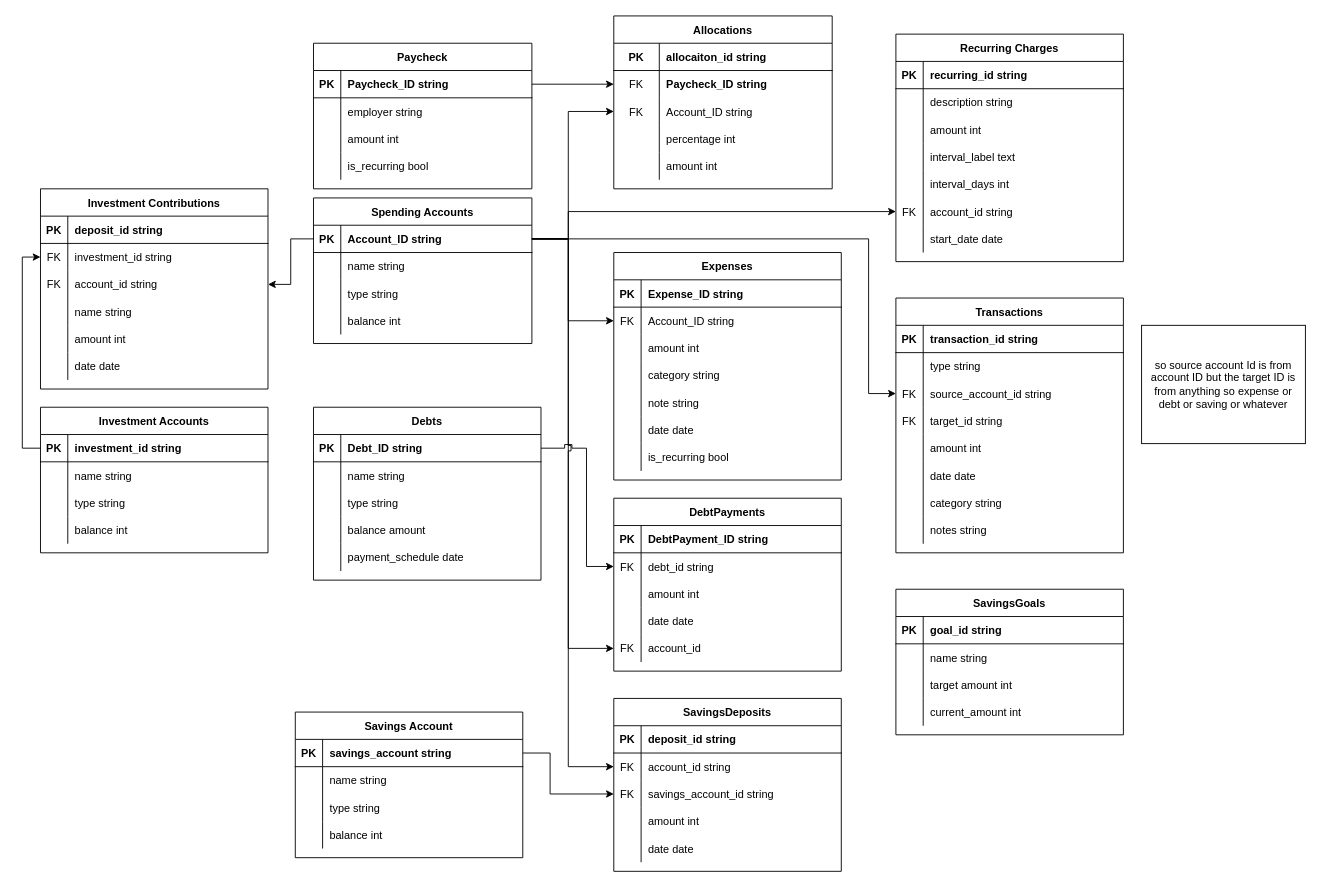
The draw.io diagram ERD.drawio in luchomame/budget-app, before the edit. Source tidied: cells renumbered, new cells numbered last; positions are measured from the earlier drawing's top-left corner, leaving out a move shared by most shapes. Both pictures are drawn from the tidied source at 91%, with x=0, y=0 at pixel (40, 15).
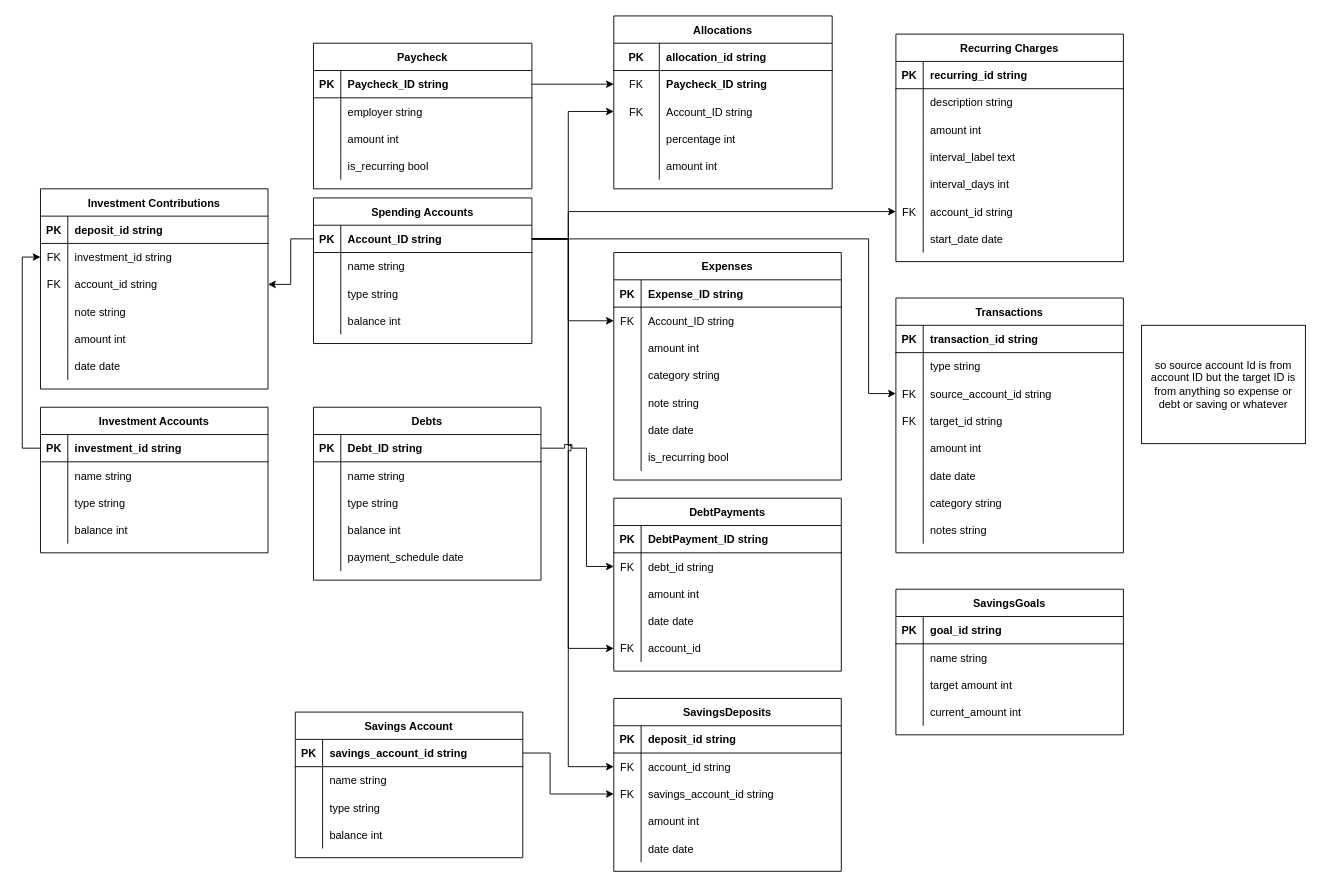
After the change.

The change refers to these unchanged cells:
```xml
<mxCell id="29" style="shape=partialRectangle;fillColor=none;top=0;left=0;right=0;bottom=1;" parent="28" vertex="1">
  <mxGeometry y="30" width="240" height="30" as="geometry" />
</mxCell>
<mxCell id="76" style="shape=partialRectangle;fillColor=none;top=0;left=0;right=0;bottom=0;" parent="66" vertex="1">
  <mxGeometry y="120" width="250" height="30" as="geometry" />
</mxCell>
<mxCell id="206" style="shape=partialRectangle;fillColor=none;top=0;left=0;right=0;bottom=0;" parent="196" vertex="1">
  <mxGeometry y="120" width="250" height="30" as="geometry" />
</mxCell>
<mxCell id="217" style="shape=partialRectangle;fillColor=none;points=[[0,0.5],[1,0.5]];portConstraint=eastwest;top=0;left=0;right=0;bottom=1;" parent="216" vertex="1">
  <mxGeometry y="30" width="250" height="30" as="geometry" />
</mxCell>
```

Change to the diagram source:
```diff
@@
-    <mxCell id="31" value="allocaiton_id string" style="shape=partialRectangle;overflow=hidden;fillColor=none;top=0;left=0;bottom=0;right=0;align=left;spacingLeft=6;fontStyle=1;" parent="29" vertex="1">
+    <mxCell id="31" value="allocation_id string" style="shape=partialRectangle;overflow=hidden;fillColor=none;top=0;left=0;bottom=0;right=0;align=left;spacingLeft=6;fontStyle=1;" parent="29" vertex="1">
       <mxGeometry x="50" width="190" height="30" as="geometry" />
     </mxCell>
@@
-    <mxCell id="78" value="balance amount" style="shape=partialRectangle;overflow=hidden;fillColor=none;top=0;left=0;bottom=0;right=0;align=left;spacingLeft=6;" parent="76" vertex="1">
+    <mxCell id="78" value="balance int" style="shape=partialRectangle;overflow=hidden;fillColor=none;top=0;left=0;bottom=0;right=0;align=left;spacingLeft=6;" parent="76" vertex="1">
       <mxGeometry x="30" width="220" height="30" as="geometry" />
     </mxCell>
@@
-    <mxCell id="208" value="name string" style="shape=partialRectangle;overflow=hidden;fillColor=none;top=0;left=0;bottom=0;right=0;align=left;spacingLeft=6;" parent="206" vertex="1">
+    <mxCell id="208" value="note string" style="shape=partialRectangle;overflow=hidden;fillColor=none;top=0;left=0;bottom=0;right=0;align=left;spacingLeft=6;" parent="206" vertex="1">
       <mxGeometry x="30" width="220" height="30" as="geometry" />
     </mxCell>
@@
-    <mxCell id="219" value="savings_account string" style="shape=partialRectangle;overflow=hidden;fillColor=none;top=0;left=0;bottom=0;right=0;align=left;spacingLeft=6;fontStyle=1;" parent="217" vertex="1">
+    <mxCell id="219" value="savings_account_id string" style="shape=partialRectangle;overflow=hidden;fillColor=none;top=0;left=0;bottom=0;right=0;align=left;spacingLeft=6;fontStyle=1;" parent="217" vertex="1">
       <mxGeometry x="30" width="220" height="30" as="geometry" />
     </mxCell>
```
